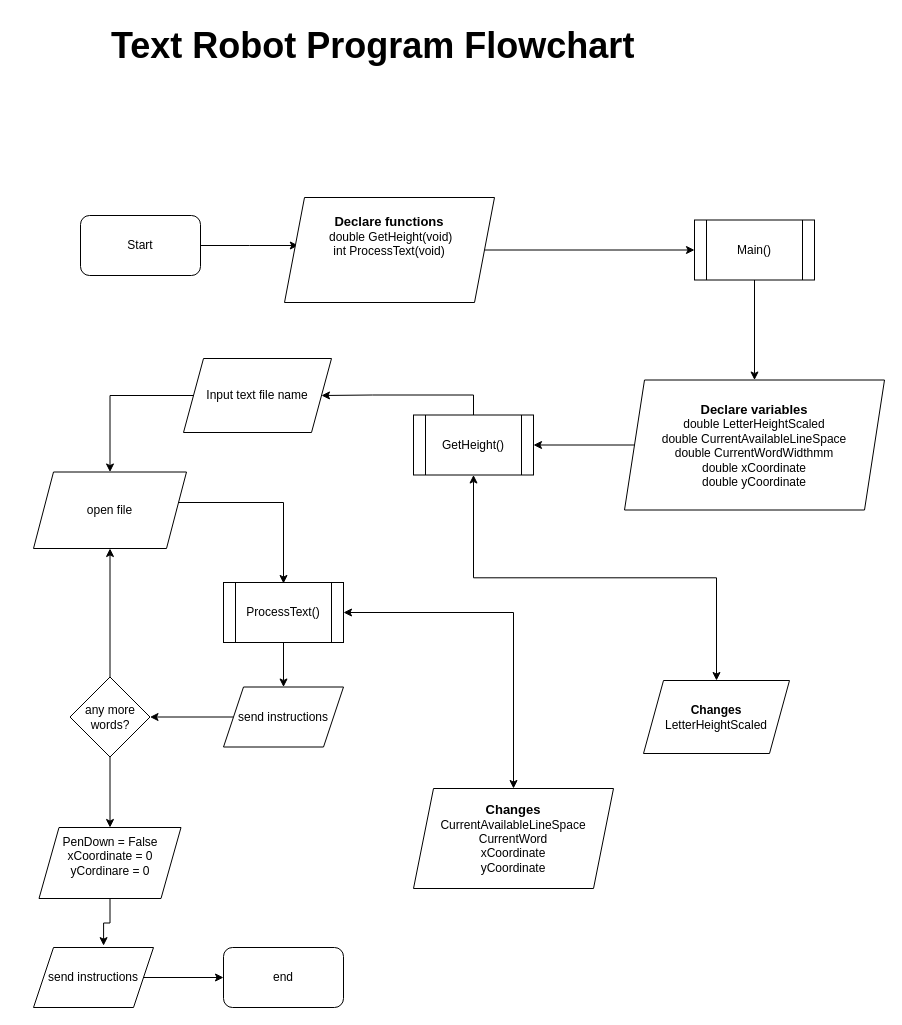
Above: page "Page-1" (1 of 2) of TextRobotFlowchart.drawio in hanifadelekan/TextRobotPlanning (draw.io), before the change. Source tidied: cells renumbered, new cells numbered last; positions are measured from the earlier drawing's top-left corner, leaving out a move shared by most shapes. Both pictures are drawn from the tidied source at 100%, with x=0, y=0 at pixel (33, 17).
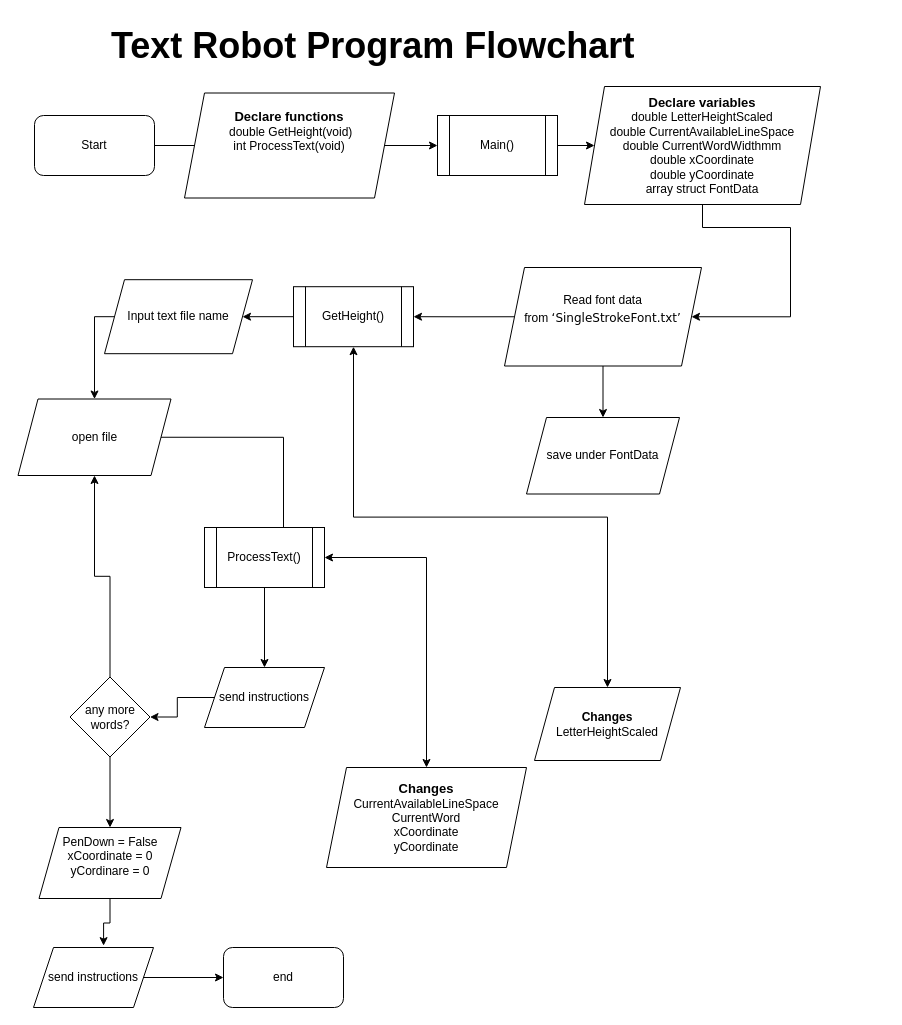
The same diagram, later.

What changed in the source:
```diff
@@
     <mxCell id="2" style="edgeStyle=orthogonalEdgeStyle;rounded=0;jettySize=auto;html=1;exitX=1;exitY=0.5;exitDx=0;exitDy=0;entryX=0;entryY=0.5;entryDx=0;entryDy=0;" parent="1" edge="1" source="3">
       <mxGeometry relative="1" as="geometry">
-        <mxPoint x="264.8" y="228" as="targetPoint" />
+        <mxPoint x="218.8" y="128" as="targetPoint" />
       </mxGeometry>
     </mxCell>
     <mxCell id="3" value="Start" style="rounded=1;whiteSpace=wrap;html=1;" parent="1" vertex="1">
-      <mxGeometry x="47" y="198" width="120" height="60" as="geometry" />
+      <mxGeometry x="1" y="98" width="120" height="60" as="geometry" />
     </mxCell>
-    <mxCell id="4" style="edgeStyle=orthogonalEdgeStyle;rounded=0;jettySize=auto;html=1;entryX=1;entryY=0.5;entryDx=0;entryDy=0;" parent="1" edge="1" source="29" target="9">
-      <mxGeometry relative="1" as="geometry" />
-    </mxCell>
@@
     <mxCell id="6" value="&lt;b&gt;&lt;font style=&quot;font-size: 13px;&quot;&gt;Declare functions&lt;/font&gt;&lt;/b&gt;&lt;div&gt;&amp;nbsp;double GetHeight(void)&lt;/div&gt;&lt;div&gt;int ProcessText(void)&lt;br&gt;&lt;div&gt;&lt;br&gt;&lt;/div&gt;&lt;/div&gt;&lt;div&gt;&lt;br&gt;&lt;/div&gt;" style="whiteSpace=wrap;html=1;rounded=0;shape=parallelogram;backgroundOutline=1;perimeter=parallelogramPerimeter;fixedSize=1;" parent="1" vertex="1">
-      <mxGeometry x="251" y="180" width="210" height="105" as="geometry" />
+      <mxGeometry x="151" y="75.5" width="210" height="105" as="geometry" />
     </mxCell>
@@
-    <mxCell id="8" style="edgeStyle=orthogonalEdgeStyle;rounded=0;jettySize=auto;html=1;exitX=0.5;exitY=0;exitDx=0;exitDy=0;" parent="1" edge="1" source="9" target="25">
+    <mxCell id="8" style="edgeStyle=orthogonalEdgeStyle;rounded=0;jettySize=auto;html=1;exitX=0;exitY=0.5;exitDx=0;exitDy=0;entryX=1;entryY=0.5;entryDx=0;entryDy=0;" parent="1" edge="1" source="9" target="25">
       <mxGeometry relative="1" as="geometry" />
     </mxCell>
     <mxCell id="9" value="GetHeight()" style="shape=process;whiteSpace=wrap;html=1;backgroundOutline=1;" parent="1" vertex="1">
-      <mxGeometry x="380" y="397.5" width="120" height="60" as="geometry" />
+      <mxGeometry x="260" y="269.2" width="120" height="60" as="geometry" />
     </mxCell>
     <mxCell id="10" style="edgeStyle=orthogonalEdgeStyle;rounded=0;jettySize=auto;html=1;entryX=0.5;entryY=0;entryDx=0;entryDy=0;exitX=1;exitY=0.5;exitDx=0;exitDy=0;" parent="1" edge="1" source="21">
       <mxGeometry relative="1" as="geometry">
         <mxPoint x="250" y="566" as="targetPoint" />
         <Array as="points">
-          <mxPoint x="250" y="485" />
+          <mxPoint x="250" y="420" />
         </Array>
       </mxGeometry>
     </mxCell>
@@
     <mxCell id="13" value="ProcessText()" style="shape=process;whiteSpace=wrap;html=1;backgroundOutline=1;" parent="1" vertex="1">
-      <mxGeometry x="190" y="565" width="120" height="60" as="geometry" />
+      <mxGeometry x="171" y="510" width="120" height="60" as="geometry" />
     </mxCell>
@@
     <mxCell id="18" value="send instructions" style="shape=parallelogram;perimeter=parallelogramPerimeter;whiteSpace=wrap;html=1;fixedSize=1;" parent="1" vertex="1">
-      <mxGeometry x="190" y="669.5" width="120" height="60" as="geometry" />
+      <mxGeometry x="171" y="650" width="120" height="60" as="geometry" />
     </mxCell>
@@
     <mxCell id="21" value="open file" style="shape=parallelogram;perimeter=parallelogramPerimeter;whiteSpace=wrap;html=1;fixedSize=1;" parent="1" vertex="1">
-      <mxGeometry y="454.5" width="153" height="76.5" as="geometry" />
+      <mxGeometry x="-15.5" y="381.5" width="153" height="76.5" as="geometry" />
     </mxCell>
     <mxCell id="22" value="&lt;b&gt;&lt;font style=&quot;font-size: 13px;&quot;&gt;Changes&lt;/font&gt;&lt;/b&gt;&lt;div&gt;CurrentAvailableLineSpace&lt;/div&gt;&lt;div&gt;CurrentWord&lt;br&gt;&lt;div&gt;xCoordinate&lt;/div&gt;&lt;div&gt;yCoordinate&lt;/div&gt;&lt;/div&gt;" style="shape=parallelogram;perimeter=parallelogramPerimeter;whiteSpace=wrap;html=1;fixedSize=1;" parent="1" vertex="1">
-      <mxGeometry x="380" y="771" width="200" height="100" as="geometry" />
+      <mxGeometry x="293" y="750" width="200" height="100" as="geometry" />
     </mxCell>
     <mxCell id="23" value="&lt;b&gt;Changes&lt;/b&gt;&lt;div&gt;LetterHeightScaled&lt;br&gt;&lt;/div&gt;" style="shape=parallelogram;perimeter=parallelogramPerimeter;whiteSpace=wrap;html=1;fixedSize=1;" parent="1" vertex="1">
-      <mxGeometry x="610" y="663" width="146" height="73" as="geometry" />
+      <mxGeometry x="501" y="670" width="146" height="73" as="geometry" />
     </mxCell>
     <mxCell id="24" style="edgeStyle=orthogonalEdgeStyle;rounded=0;jettySize=auto;html=1;exitX=0;exitY=0.5;exitDx=0;exitDy=0;entryX=0.5;entryY=0;entryDx=0;entryDy=0;" parent="1" edge="1" source="25" target="21">
       <mxGeometry relative="1" as="geometry">
         <Array as="points">
-          <mxPoint x="77" y="378" />
+          <mxPoint x="61" y="299" />
         </Array>
       </mxGeometry>
     </mxCell>
     <mxCell id="25" value="Input text file name" style="shape=parallelogram;perimeter=parallelogramPerimeter;whiteSpace=wrap;html=1;fixedSize=1;" parent="1" vertex="1">
-      <mxGeometry x="150" y="341" width="148" height="74" as="geometry" />
+      <mxGeometry x="71" y="262.2" width="148" height="74" as="geometry" />
     </mxCell>
@@
-    <mxCell id="27" style="edgeStyle=orthogonalEdgeStyle;rounded=0;jettySize=auto;html=1;exitX=0.5;exitY=1;exitDx=0;exitDy=0;entryX=0.5;entryY=0;entryDx=0;entryDy=0;" parent="1" edge="1" source="28" target="29">
+    <mxCell id="27" style="edgeStyle=orthogonalEdgeStyle;rounded=0;jettySize=auto;html=1;exitX=1;exitY=0.5;exitDx=0;exitDy=0;entryX=0;entryY=0.5;entryDx=0;entryDy=0;" parent="1" edge="1" source="28" target="29">
       <mxGeometry relative="1" as="geometry" />
     </mxCell>
     <mxCell id="28" value="Main()" style="rounded=0;whiteSpace=wrap;html=1;shape=process;backgroundOutline=1;" parent="1" vertex="1">
-      <mxGeometry x="661" y="202.5" width="120" height="60" as="geometry" />
+      <mxGeometry x="404" y="98" width="120" height="60" as="geometry" />
     </mxCell>
+    <mxCell id="33" style="edgeStyle=orthogonalEdgeStyle;rounded=0;jettySize=auto;html=1;exitX=0.5;exitY=1;exitDx=0;exitDy=0;entryX=1;entryY=0.5;entryDx=0;entryDy=0;" parent="1" edge="1" source="29" target="36">
+      <mxGeometry relative="1" as="geometry">
+        <Array as="points">
+          <mxPoint x="669" y="210" />
+          <mxPoint x="757" y="210" />
+          <mxPoint x="757" y="299" />
+        </Array>
+      </mxGeometry>
+    </mxCell>
-    <mxCell id="29" value="&lt;b&gt;&lt;font style=&quot;font-size: 13px;&quot;&gt;Declare variables&lt;/font&gt;&lt;/b&gt;&lt;div&gt;double LetterHeightScaled&lt;/div&gt;&lt;div&gt;double CurrentAvailableLineSpace&lt;/div&gt;&lt;div&gt;double CurrentWordWidthmm&lt;/div&gt;&lt;div&gt;double xCoordinate&lt;/div&gt;&lt;div&gt;double yCoordinate&lt;/div&gt;" style="shape=parallelogram;perimeter=parallelogramPerimeter;whiteSpace=wrap;html=1;fixedSize=1;rounded=0;" parent="1" vertex="1">
-      <mxGeometry x="591" y="362.5" width="260" height="130" as="geometry" />
+    <mxCell id="29" value="&lt;b&gt;&lt;font style=&quot;font-size: 13px;&quot;&gt;Declare variables&lt;/font&gt;&lt;/b&gt;&lt;div&gt;double LetterHeightScaled&lt;/div&gt;&lt;div&gt;double CurrentAvailableLineSpace&lt;/div&gt;&lt;div&gt;double CurrentWordWidthmm&lt;/div&gt;&lt;div&gt;double xCoordinate&lt;/div&gt;&lt;div&gt;double yCoordinate&lt;/div&gt;&lt;div&gt;array struct FontData&lt;/div&gt;" style="shape=parallelogram;perimeter=parallelogramPerimeter;whiteSpace=wrap;html=1;fixedSize=1;rounded=0;" parent="1" vertex="1">
+      <mxGeometry x="551" y="69" width="236" height="118" as="geometry" />
     </mxCell>
@@
+    <mxCell id="34" style="edgeStyle=orthogonalEdgeStyle;rounded=0;jettySize=auto;html=1;startArrow=none;startFill=0;" parent="1" edge="1" source="36" target="37">
+      <mxGeometry relative="1" as="geometry" />
+    </mxCell>
+    <mxCell id="35" style="edgeStyle=orthogonalEdgeStyle;rounded=0;jettySize=auto;html=1;exitX=0;exitY=0.5;exitDx=0;exitDy=0;entryX=1;entryY=0.5;entryDx=0;entryDy=0;" parent="1" edge="1" source="36" target="9">
+      <mxGeometry relative="1" as="geometry" />
+    </mxCell>
+    <mxCell id="36" value="Read font data from&amp;nbsp;&lt;span style=&quot;text-align: start; line-height: 14.2667px; font-family: Verdana, sans-serif;&quot;&gt;&lt;font&gt;‘SingleStrokeFont.txt’&lt;/font&gt;&lt;/span&gt;&lt;span style=&quot;font-size: medium; text-align: start;&quot;&gt;&lt;/span&gt;&lt;div style=&quot;text-align: start;&quot;&gt;&lt;br&gt;&lt;/div&gt;" style="shape=parallelogram;perimeter=parallelogramPerimeter;whiteSpace=wrap;html=1;fixedSize=1;" parent="1" vertex="1">
+      <mxGeometry x="471" y="250" width="197" height="98.5" as="geometry" />
+    </mxCell>
+    <mxCell id="37" value="&lt;div style=&quot;text-align: start;&quot;&gt;save under FontData&lt;/div&gt;" style="shape=parallelogram;perimeter=parallelogramPerimeter;whiteSpace=wrap;html=1;fixedSize=1;" parent="1" vertex="1">
+      <mxGeometry x="493" y="400" width="153" height="76.5" as="geometry" />
+    </mxCell>
```
